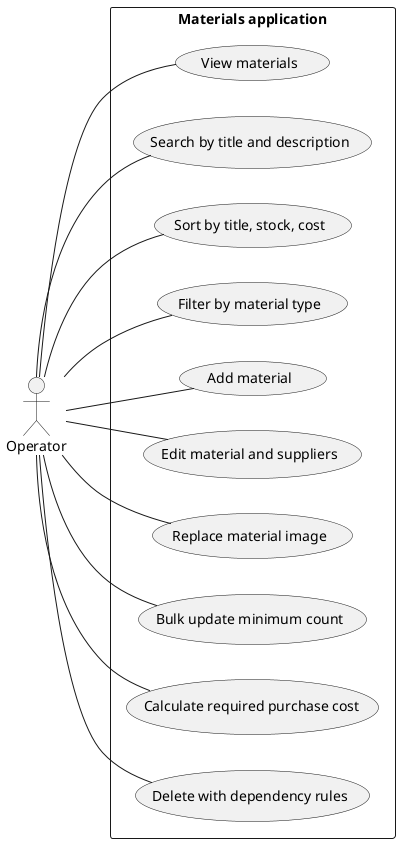
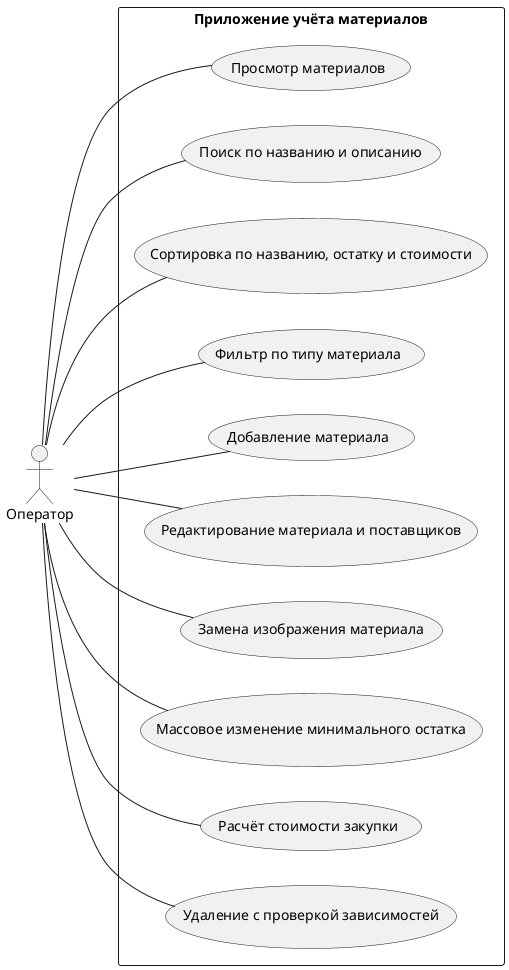
﻿@startuml
left to right direction
- actor Operator
- rectangle "Materials application" {
-   Operator -- (View materials)
-   Operator -- (Search by title and description)
-   Operator -- (Sort by title, stock, cost)
-   Operator -- (Filter by material type)
-   Operator -- (Add material)
-   Operator -- (Edit material and suppliers)
-   Operator -- (Replace material image)
-   Operator -- (Bulk update minimum count)
-   Operator -- (Calculate required purchase cost)
-   Operator -- (Delete with dependency rules)
+ actor "Оператор" as Operator
+ rectangle "Приложение учёта материалов" {
+   Operator -- (Просмотр материалов)
+   Operator -- (Поиск по названию и описанию)
+   Operator -- (Сортировка по названию, остатку и стоимости)
+   Operator -- (Фильтр по типу материала)
+   Operator -- (Добавление материала)
+   Operator -- (Редактирование материала и поставщиков)
+   Operator -- (Замена изображения материала)
+   Operator -- (Массовое изменение минимального остатка)
+   Operator -- (Расчёт стоимости закупки)
+   Operator -- (Удаление с проверкой зависимостей)
}
@enduml
